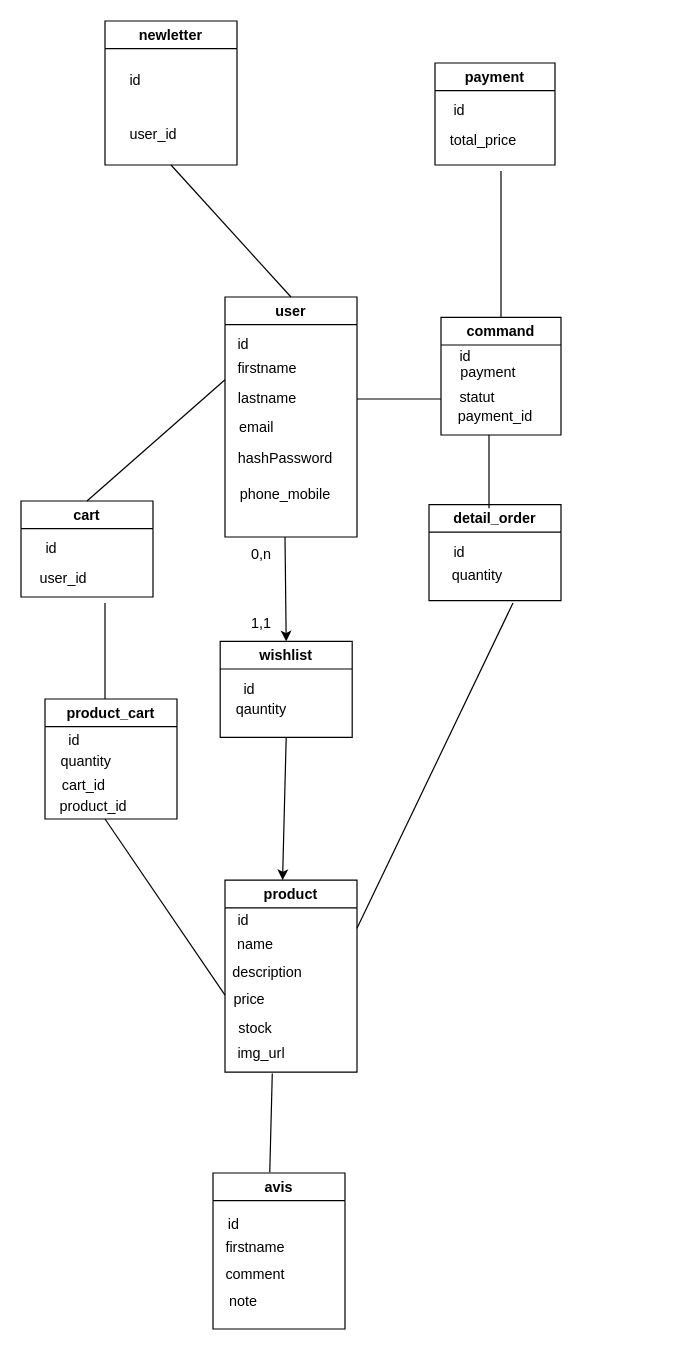
Before: page "MPD" (2 of 2) of backend/conception/MCD.drawio in meriemchikha/final_project, a draw.io diagram. Source tidied: cells renumbered, new cells numbered last; positions are measured from the earlier drawing's top-left corner, leaving out a move shared by most shapes. Both pictures are drawn from the tidied source at 120%, with x=0, y=0 at pixel (20, 20).
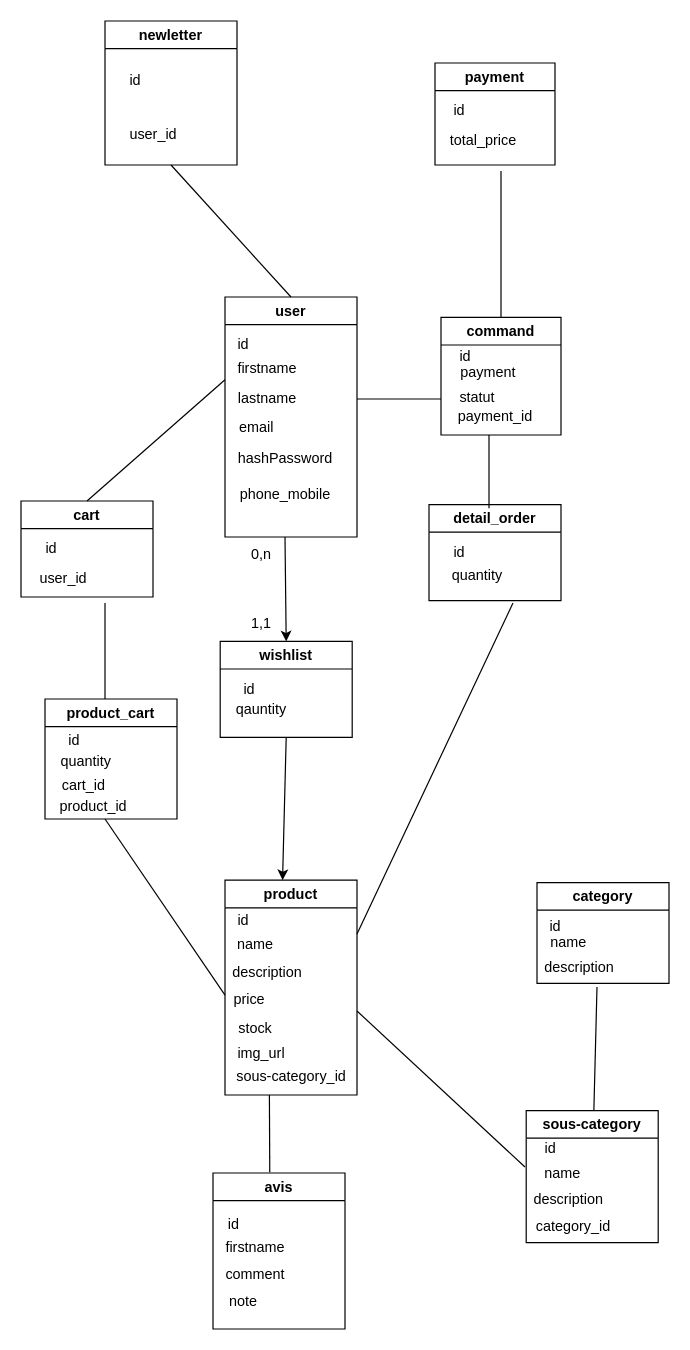
After the change.

The edit, as a diff of the source:
```diff
@@
     <mxCell id="24" value="product" style="swimlane;whiteSpace=wrap;html=1;startSize=23;" parent="1" vertex="1">
-      <mxGeometry x="170" y="716" width="110" height="160" as="geometry" />
+      <mxGeometry x="170" y="716" width="110" height="179" as="geometry" />
     </mxCell>
@@
+    <mxCell id="59" value="sous-category_id" style="text;html=1;align=center;verticalAlign=middle;strokeColor=none;fillColor=none;" parent="24" vertex="1">
+      <mxGeometry y="149" width="110" height="30" as="geometry" />
+    </mxCell>
@@
-    <mxCell id="44" style="endArrow=none;html=1;exitX=0.656;exitY=1.067;exitDx=0;exitDy=0;exitPerimeter=0;entryX=0.43;entryY=-0.021;entryDx=0;entryDy=0;entryPerimeter=0;" parent="1" edge="1">
+    <mxCell id="44" style="endArrow=none;html=1;entryX=0.43;entryY=-0.021;entryDx=0;entryDy=0;entryPerimeter=0;" parent="1" edge="1">
       <mxGeometry relative="1" as="geometry">
-        <mxPoint x="209.4" y="877" as="sourcePoint" />
+        <mxPoint x="207" y="895" as="sourcePoint" />
         <mxPoint x="207.3" y="959.3" as="targetPoint" />
       </mxGeometry>
     </mxCell>
@@
+    <mxCell id="60" value="category" style="swimlane;whiteSpace=wrap;html=1;startSize=23;" parent="1" vertex="1">
+      <mxGeometry x="430" y="718" width="110" height="84" as="geometry" />
+    </mxCell>
+    <mxCell id="61" value="name" style="text;html=1;align=center;verticalAlign=middle;strokeColor=none;fillColor=none;" parent="60" vertex="1">
+      <mxGeometry x="1" y="35" width="50" height="30" as="geometry" />
+    </mxCell>
+    <mxCell id="62" value="description" style="text;html=1;align=center;verticalAlign=middle;strokeColor=none;fillColor=none;" parent="60" vertex="1">
+      <mxGeometry x="-5" y="56" width="80" height="30" as="geometry" />
+    </mxCell>
+    <mxCell id="63" value="id" style="text;html=1;align=center;verticalAlign=middle;strokeColor=none;fillColor=none;" parent="60" vertex="1">
+      <mxGeometry y="22" width="30" height="30" as="geometry" />
+    </mxCell>
+    <mxCell id="64" value="sous-category" style="swimlane;whiteSpace=wrap;html=1;startSize=23;" parent="1" vertex="1">
+      <mxGeometry x="421" y="908" width="110" height="110" as="geometry" />
+    </mxCell>
+    <mxCell id="65" value="name" style="text;html=1;align=center;verticalAlign=middle;strokeColor=none;fillColor=none;" parent="64" vertex="1">
+      <mxGeometry x="5" y="38" width="50" height="30" as="geometry" />
+    </mxCell>
+    <mxCell id="66" value="description" style="text;html=1;align=center;verticalAlign=middle;strokeColor=none;fillColor=none;" parent="64" vertex="1">
+      <mxGeometry x="-5" y="59" width="80" height="30" as="geometry" />
+    </mxCell>
+    <mxCell id="67" value="id" style="text;html=1;align=center;verticalAlign=middle;strokeColor=none;fillColor=none;" parent="64" vertex="1">
+      <mxGeometry x="5" y="17" width="30" height="30" as="geometry" />
+    </mxCell>
+    <mxCell id="68" style="endArrow=none;html=1;" parent="1" edge="1">
+      <mxGeometry relative="1" as="geometry">
+        <mxPoint x="280" y="825" as="sourcePoint" />
+        <mxPoint x="420" y="955" as="targetPoint" />
+      </mxGeometry>
+    </mxCell>
+    <mxCell id="69" style="endArrow=none;html=1;" parent="1" edge="1" target="64">
+      <mxGeometry relative="1" as="geometry">
+        <mxPoint x="480" y="805" as="sourcePoint" />
+      </mxGeometry>
+    </mxCell>
+    <mxCell id="70" value="category_id" style="text;html=1;align=center;verticalAlign=middle;strokeColor=none;fillColor=none;" parent="1" vertex="1">
+      <mxGeometry x="415" y="990" width="90" height="30" as="geometry" />
+    </mxCell>
```
